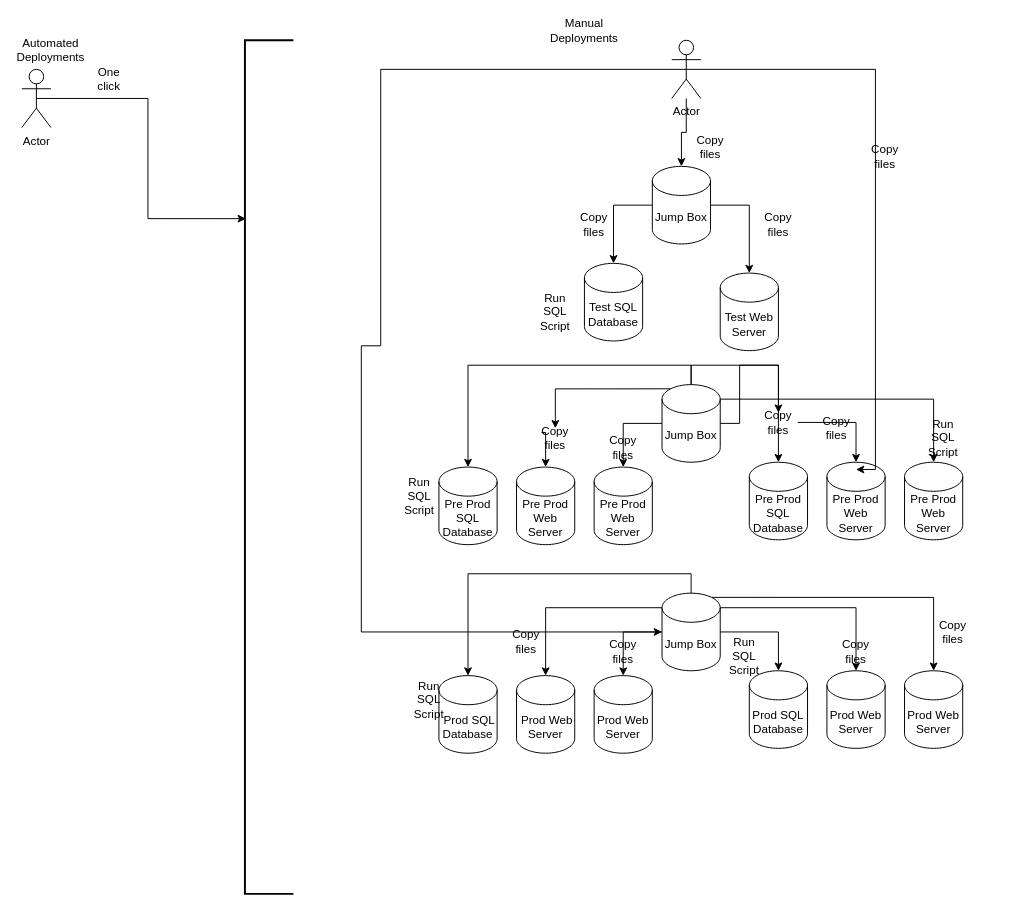
Earlier version of the draw.io diagram AutomatedDeployments.drawio (mattwatts36/drawings). Source tidied: cells renumbered, new cells numbered last; positions are measured from the earlier drawing's top-left corner, leaving out a move shared by most shapes. Both pictures are drawn from the tidied source at 97%, with x=0, y=0 at pixel (21, 20).
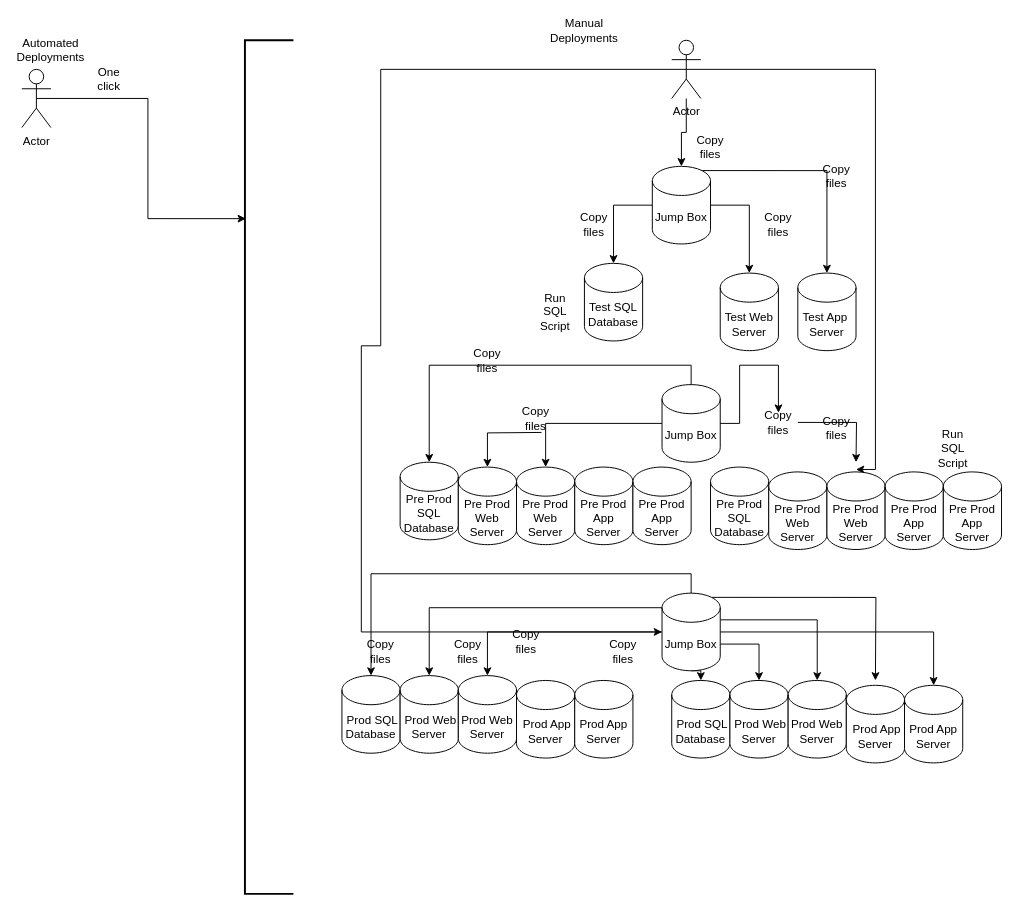
The same page after the edit.

The change refers to these unchanged cells:
```xml
<mxCell id="14" value="Jump Box" style="shape=cylinder3;whiteSpace=wrap;html=1;boundedLbl=1;backgroundOutline=1;size=15;" parent="1" vertex="1">
  <mxGeometry x="650" y="150" width="60" height="80" as="geometry" />
</mxCell>
<mxCell id="28" value="Jump Box" style="shape=cylinder3;whiteSpace=wrap;html=1;boundedLbl=1;backgroundOutline=1;size=15;" parent="1" vertex="1">
  <mxGeometry x="660" y="375" width="60" height="80" as="geometry" />
</mxCell>
<mxCell id="36" value="Jump Box" style="shape=cylinder3;whiteSpace=wrap;html=1;boundedLbl=1;backgroundOutline=1;size=15;" parent="1" vertex="1">
  <mxGeometry x="660" y="590" width="60" height="80" as="geometry" />
</mxCell>
<mxCell id="50" value="Copy files" style="text;html=1;strokeColor=none;fillColor=none;align=center;verticalAlign=middle;whiteSpace=wrap;rounded=0;" parent="1" vertex="1">
  <mxGeometry x="760" y="404" width="40" height="20" as="geometry" />
</mxCell>
```

Change to the diagram source:
```diff
@@
     <mxCell id="9" value="Pre Prod SQL Database" style="shape=cylinder3;whiteSpace=wrap;html=1;boundedLbl=1;backgroundOutline=1;size=15;" parent="1" vertex="1">
-      <mxGeometry x="430" y="460" width="60" height="80" as="geometry" />
+      <mxGeometry x="390" y="455" width="60" height="80" as="geometry" />
     </mxCell>
     <mxCell id="10" value="Pre Prod Web Server" style="shape=cylinder3;whiteSpace=wrap;html=1;boundedLbl=1;backgroundOutline=1;size=15;" parent="1" vertex="1">
-      <mxGeometry x="510" y="460" width="60" height="80" as="geometry" />
+      <mxGeometry x="450" y="460" width="60" height="80" as="geometry" />
     </mxCell>
     <mxCell id="11" value="Pre Prod Web Server" style="shape=cylinder3;whiteSpace=wrap;html=1;boundedLbl=1;backgroundOutline=1;size=15;" parent="1" vertex="1">
-      <mxGeometry x="590" y="460" width="60" height="80" as="geometry" />
+      <mxGeometry x="510" y="460" width="60" height="80" as="geometry" />
     </mxCell>
@@
+    <mxCell id="62" style="edgeStyle=orthogonalEdgeStyle;rounded=0;jettySize=auto;html=1;exitX=0.855;exitY=0;exitDx=0;exitDy=4.35;exitPerimeter=0;" parent="1" edge="1" source="14" target="67">
+      <mxGeometry relative="1" as="geometry" />
+    </mxCell>
@@
-    <mxCell id="19" value="Pre Prod SQL Database" style="shape=cylinder3;whiteSpace=wrap;html=1;boundedLbl=1;backgroundOutline=1;size=15;" parent="1" vertex="1">
-      <mxGeometry x="750" y="455" width="60" height="80" as="geometry" />
-    </mxCell>
-    <mxCell id="20" value="Pre Prod Web Server" style="shape=cylinder3;whiteSpace=wrap;html=1;boundedLbl=1;backgroundOutline=1;size=15;" parent="1" vertex="1">
-      <mxGeometry x="830" y="455" width="60" height="80" as="geometry" />
-    </mxCell>
-    <mxCell id="21" value="Pre Prod Web Server" style="shape=cylinder3;whiteSpace=wrap;html=1;boundedLbl=1;backgroundOutline=1;size=15;" parent="1" vertex="1">
-      <mxGeometry x="910" y="455" width="60" height="80" as="geometry" />
-    </mxCell>
@@
-    <mxCell id="23" style="edgeStyle=orthogonalEdgeStyle;rounded=0;jettySize=auto;html=1;exitX=0.145;exitY=0;exitDx=0;exitDy=4.35;exitPerimeter=0;entryX=0.5;entryY=0;entryDx=0;entryDy=0;entryPerimeter=0;" parent="1" edge="1" source="45" target="10">
-      <mxGeometry relative="1" as="geometry" />
+    <mxCell id="23" style="edgeStyle=orthogonalEdgeStyle;rounded=0;jettySize=auto;html=1;exitX=0.145;exitY=0;exitDx=0;exitDy=4.35;exitPerimeter=0;entryX=0.5;entryY=0;entryDx=0;entryDy=0;entryPerimeter=0;" parent="1" edge="1" target="10">
+      <mxGeometry relative="1" as="geometry">
+        <mxPoint x="535.8" y="424.3" as="sourcePoint" />
+      </mxGeometry>
     </mxCell>
@@
-    <mxCell id="25" style="edgeStyle=orthogonalEdgeStyle;rounded=0;jettySize=auto;html=1;exitX=0.5;exitY=0;exitDx=0;exitDy=0;exitPerimeter=0;entryX=0.5;entryY=0;entryDx=0;entryDy=0;entryPerimeter=0;" parent="1" edge="1" source="28" target="19">
-      <mxGeometry relative="1" as="geometry" />
-    </mxCell>
-    <mxCell id="26" style="edgeStyle=orthogonalEdgeStyle;rounded=0;jettySize=auto;html=1;exitX=1;exitY=0.5;exitDx=0;exitDy=0;exitPerimeter=0;entryX=0.5;entryY=0;entryDx=0;entryDy=0;entryPerimeter=0;" parent="1" edge="1" source="50" target="20">
-      <mxGeometry relative="1" as="geometry" />
+    <mxCell id="26" style="edgeStyle=orthogonalEdgeStyle;rounded=0;jettySize=auto;html=1;exitX=1;exitY=0.5;exitDx=0;exitDy=0;exitPerimeter=0;entryX=0.5;entryY=0;entryDx=0;entryDy=0;entryPerimeter=0;" parent="1" edge="1" source="50">
+      <mxGeometry relative="1" as="geometry">
+        <mxPoint x="860" y="455" as="targetPoint" />
+      </mxGeometry>
     </mxCell>
-    <mxCell id="27" style="edgeStyle=orthogonalEdgeStyle;rounded=0;jettySize=auto;html=1;exitX=1;exitY=0;exitDx=0;exitDy=15;exitPerimeter=0;entryX=0.5;entryY=0;entryDx=0;entryDy=0;entryPerimeter=0;" parent="1" edge="1" source="28" target="21">
-      <mxGeometry relative="1" as="geometry" />
-    </mxCell>
@@
     <mxCell id="29" value="Copy files" style="text;html=1;strokeColor=none;fillColor=none;align=center;verticalAlign=middle;whiteSpace=wrap;rounded=0;" parent="1" vertex="1">
-      <mxGeometry x="870" y="130" width="40" height="20" as="geometry" />
+      <mxGeometry x="820" y="150" width="40" height="20" as="geometry" />
     </mxCell>
@@
+    <mxCell id="63" style="edgeStyle=orthogonalEdgeStyle;rounded=0;jettySize=auto;html=1;exitX=1;exitY=0;exitDx=0;exitDy=52.5;exitPerimeter=0;entryX=0.5;entryY=0;entryDx=0;entryDy=0;entryPerimeter=0;" parent="1" edge="1" source="36" target="76">
+      <mxGeometry relative="1" as="geometry" />
+    </mxCell>
-    <mxCell id="33" style="edgeStyle=orthogonalEdgeStyle;rounded=0;jettySize=auto;html=1;exitX=1;exitY=0.5;exitDx=0;exitDy=0;exitPerimeter=0;entryX=0.5;entryY=0;entryDx=0;entryDy=0;entryPerimeter=0;" parent="1" edge="1" source="36" target="40">
+    <mxCell id="33" style="edgeStyle=orthogonalEdgeStyle;rounded=0;jettySize=auto;html=1;exitX=0.5;exitY=1;exitDx=0;exitDy=0;exitPerimeter=0;entryX=0.5;entryY=0;entryDx=0;entryDy=0;entryPerimeter=0;" parent="1" edge="1" source="36" target="40">
       <mxGeometry relative="1" as="geometry" />
     </mxCell>
-    <mxCell id="34" style="edgeStyle=orthogonalEdgeStyle;rounded=0;jettySize=auto;html=1;exitX=1;exitY=0;exitDx=0;exitDy=15;exitPerimeter=0;entryX=0.5;entryY=0;entryDx=0;entryDy=0;entryPerimeter=0;" parent="1" edge="1" source="36" target="41">
-      <mxGeometry relative="1" as="geometry" />
-    </mxCell>
-    <mxCell id="35" style="edgeStyle=orthogonalEdgeStyle;rounded=0;jettySize=auto;html=1;exitX=0.855;exitY=0;exitDx=0;exitDy=4.35;exitPerimeter=0;entryX=0.5;entryY=0;entryDx=0;entryDy=0;entryPerimeter=0;" parent="1" edge="1" source="36" target="42">
-      <mxGeometry relative="1" as="geometry" />
-    </mxCell>
+    <mxCell id="64" style="edgeStyle=orthogonalEdgeStyle;rounded=0;jettySize=auto;html=1;exitX=1;exitY=0;exitDx=0;exitDy=27.5;exitPerimeter=0;entryX=0.5;entryY=0;entryDx=0;entryDy=0;entryPerimeter=0;" parent="1" edge="1" source="36" target="77">
+      <mxGeometry relative="1" as="geometry" />
+    </mxCell>
+    <mxCell id="65" style="edgeStyle=orthogonalEdgeStyle;rounded=0;jettySize=auto;html=1;exitX=0.855;exitY=0;exitDx=0;exitDy=4.35;exitPerimeter=0;" parent="1" edge="1" source="36">
+      <mxGeometry relative="1" as="geometry">
+        <mxPoint x="880" y="680" as="targetPoint" />
+      </mxGeometry>
+    </mxCell>
+    <mxCell id="66" style="edgeStyle=orthogonalEdgeStyle;rounded=0;jettySize=auto;html=1;exitX=1;exitY=0.5;exitDx=0;exitDy=0;exitPerimeter=0;entryX=0.5;entryY=0;entryDx=0;entryDy=0;entryPerimeter=0;" parent="1" edge="1" source="36" target="79">
+      <mxGeometry relative="1" as="geometry" />
+    </mxCell>
@@
     <mxCell id="37" value="&amp;nbsp;Prod SQL Database" style="shape=cylinder3;whiteSpace=wrap;html=1;boundedLbl=1;backgroundOutline=1;size=15;" parent="1" vertex="1">
-      <mxGeometry x="430" y="675" width="60" height="80" as="geometry" />
+      <mxGeometry x="330" y="675" width="60" height="80" as="geometry" />
     </mxCell>
     <mxCell id="38" value="&amp;nbsp;Prod Web Server" style="shape=cylinder3;whiteSpace=wrap;html=1;boundedLbl=1;backgroundOutline=1;size=15;" parent="1" vertex="1">
-      <mxGeometry x="510" y="675" width="60" height="80" as="geometry" />
+      <mxGeometry x="390" y="675" width="60" height="80" as="geometry" />
     </mxCell>
     <mxCell id="39" value="Prod Web Server" style="shape=cylinder3;whiteSpace=wrap;html=1;boundedLbl=1;backgroundOutline=1;size=15;" parent="1" vertex="1">
-      <mxGeometry x="590" y="675" width="60" height="80" as="geometry" />
+      <mxGeometry x="450" y="675" width="60" height="80" as="geometry" />
     </mxCell>
-    <mxCell id="40" value="Prod SQL Database" style="shape=cylinder3;whiteSpace=wrap;html=1;boundedLbl=1;backgroundOutline=1;size=15;" parent="1" vertex="1">
-      <mxGeometry x="750" y="670" width="60" height="80" as="geometry" />
-    </mxCell>
-    <mxCell id="41" value="Prod Web Server" style="shape=cylinder3;whiteSpace=wrap;html=1;boundedLbl=1;backgroundOutline=1;size=15;" parent="1" vertex="1">
-      <mxGeometry x="830" y="670" width="60" height="80" as="geometry" />
-    </mxCell>
-    <mxCell id="42" value="Prod Web Server" style="shape=cylinder3;whiteSpace=wrap;html=1;boundedLbl=1;backgroundOutline=1;size=15;" parent="1" vertex="1">
-      <mxGeometry x="910" y="670" width="60" height="80" as="geometry" />
-    </mxCell>
-    <mxCell id="43" value="Run SQL Script" style="text;html=1;strokeColor=none;fillColor=none;align=center;verticalAlign=middle;whiteSpace=wrap;rounded=0;" parent="1" vertex="1">
-      <mxGeometry x="390" y="480" width="40" height="20" as="geometry" />
-    </mxCell>
     <mxCell id="44" value="Run SQL Script" style="text;html=1;strokeColor=none;fillColor=none;align=center;verticalAlign=middle;whiteSpace=wrap;rounded=0;" parent="1" vertex="1">
-      <mxGeometry x="930" y="420" width="40" height="20" as="geometry" />
+      <mxGeometry x="950" y="440" width="20" as="geometry" />
     </mxCell>
-    <mxCell id="45" value="Copy files" style="text;html=1;strokeColor=none;fillColor=none;align=center;verticalAlign=middle;whiteSpace=wrap;rounded=0;" parent="1" vertex="1">
-      <mxGeometry x="530" y="420" width="40" height="20" as="geometry" />
-    </mxCell>
-    <mxCell id="46" style="edgeStyle=orthogonalEdgeStyle;rounded=0;jettySize=auto;html=1;exitX=0.145;exitY=0;exitDx=0;exitDy=4.35;exitPerimeter=0;entryX=0.5;entryY=0;entryDx=0;entryDy=0;entryPerimeter=0;" parent="1" edge="1" source="28" target="45">
-      <mxGeometry relative="1" as="geometry" />
-    </mxCell>
-    <mxCell id="47" value="Copy files" style="text;html=1;strokeColor=none;fillColor=none;align=center;verticalAlign=middle;whiteSpace=wrap;rounded=0;" parent="1" vertex="1">
-      <mxGeometry x="600" y="430" width="40" height="20" as="geometry" />
-    </mxCell>
@@
-    <mxCell id="52" value="Run SQL Script" style="text;html=1;strokeColor=none;fillColor=none;align=center;verticalAlign=middle;whiteSpace=wrap;rounded=0;" parent="1" vertex="1">
-      <mxGeometry x="400" y="690" width="40" height="20" as="geometry" />
-    </mxCell>
-    <mxCell id="53" value="Run SQL Script" style="text;html=1;strokeColor=none;fillColor=none;align=center;verticalAlign=middle;whiteSpace=wrap;rounded=0;" parent="1" vertex="1">
-      <mxGeometry x="720" y="650" width="50" height="10" as="geometry" />
-    </mxCell>
@@
-    <mxCell id="56" value="Copy files" style="text;html=1;strokeColor=none;fillColor=none;align=center;verticalAlign=middle;whiteSpace=wrap;rounded=0;" parent="1" vertex="1">
-      <mxGeometry x="840" y="640" width="40" height="20" as="geometry" />
-    </mxCell>
-    <mxCell id="57" value="Copy files" style="text;html=1;strokeColor=none;fillColor=none;align=center;verticalAlign=middle;whiteSpace=wrap;rounded=0;" parent="1" vertex="1">
-      <mxGeometry x="940" y="620" width="40" height="20" as="geometry" />
-    </mxCell>
@@
+    <mxCell id="67" value="Test App&amp;nbsp; Server" style="shape=cylinder3;whiteSpace=wrap;html=1;boundedLbl=1;backgroundOutline=1;size=15;" parent="1" vertex="1">
+      <mxGeometry x="800" y="260" width="60" height="80" as="geometry" />
+    </mxCell>
+    <mxCell id="68" value="Pre Prod App Server" style="shape=cylinder3;whiteSpace=wrap;html=1;boundedLbl=1;backgroundOutline=1;size=15;" parent="1" vertex="1">
+      <mxGeometry x="570" y="460" width="60" height="80" as="geometry" />
+    </mxCell>
+    <mxCell id="69" value="Pre Prod App Server" style="shape=cylinder3;whiteSpace=wrap;html=1;boundedLbl=1;backgroundOutline=1;size=15;" parent="1" vertex="1">
+      <mxGeometry x="630" y="460" width="60" height="80" as="geometry" />
+    </mxCell>
+    <mxCell id="19" value="Pre Prod SQL Database" style="shape=cylinder3;whiteSpace=wrap;html=1;boundedLbl=1;backgroundOutline=1;size=15;" parent="1" vertex="1">
+      <mxGeometry x="710" y="460" width="60" height="80" as="geometry" />
+    </mxCell>
+    <mxCell id="70" value="Pre Prod Web Server" style="shape=cylinder3;whiteSpace=wrap;html=1;boundedLbl=1;backgroundOutline=1;size=15;" parent="1" vertex="1">
+      <mxGeometry x="770" y="465" width="60" height="80" as="geometry" />
+    </mxCell>
+    <mxCell id="71" value="Pre Prod Web Server" style="shape=cylinder3;whiteSpace=wrap;html=1;boundedLbl=1;backgroundOutline=1;size=15;" parent="1" vertex="1">
+      <mxGeometry x="830" y="465" width="60" height="80" as="geometry" />
+    </mxCell>
+    <mxCell id="72" value="Pre Prod App Server" style="shape=cylinder3;whiteSpace=wrap;html=1;boundedLbl=1;backgroundOutline=1;size=15;" parent="1" vertex="1">
+      <mxGeometry x="890" y="465" width="60" height="80" as="geometry" />
+    </mxCell>
+    <mxCell id="73" value="Pre Prod App Server" style="shape=cylinder3;whiteSpace=wrap;html=1;boundedLbl=1;backgroundOutline=1;size=15;" parent="1" vertex="1">
+      <mxGeometry x="950" y="465" width="60" height="80" as="geometry" />
+    </mxCell>
+    <mxCell id="74" value="&amp;nbsp;Prod App Server" style="shape=cylinder3;whiteSpace=wrap;html=1;boundedLbl=1;backgroundOutline=1;size=15;" parent="1" vertex="1">
+      <mxGeometry x="510" y="680" width="60" height="80" as="geometry" />
+    </mxCell>
+    <mxCell id="75" value="Prod App Server" style="shape=cylinder3;whiteSpace=wrap;html=1;boundedLbl=1;backgroundOutline=1;size=15;" parent="1" vertex="1">
+      <mxGeometry x="570" y="680" width="60" height="80" as="geometry" />
+    </mxCell>
+    <mxCell id="40" value="&amp;nbsp;Prod SQL Database" style="shape=cylinder3;whiteSpace=wrap;html=1;boundedLbl=1;backgroundOutline=1;size=15;" parent="1" vertex="1">
+      <mxGeometry x="670" y="680" width="60" height="80" as="geometry" />
+    </mxCell>
+    <mxCell id="76" value="&amp;nbsp;Prod Web Server" style="shape=cylinder3;whiteSpace=wrap;html=1;boundedLbl=1;backgroundOutline=1;size=15;" parent="1" vertex="1">
+      <mxGeometry x="730" y="680" width="60" height="80" as="geometry" />
+    </mxCell>
+    <mxCell id="77" value="Prod Web Server" style="shape=cylinder3;whiteSpace=wrap;html=1;boundedLbl=1;backgroundOutline=1;size=15;" parent="1" vertex="1">
+      <mxGeometry x="790" y="680" width="60" height="80" as="geometry" />
+    </mxCell>
+    <mxCell id="78" value="&amp;nbsp;Prod App Server" style="shape=cylinder3;whiteSpace=wrap;html=1;boundedLbl=1;backgroundOutline=1;size=15;" parent="1" vertex="1">
+      <mxGeometry x="850" y="685" width="60" height="80" as="geometry" />
+    </mxCell>
+    <mxCell id="79" value="Prod App Server" style="shape=cylinder3;whiteSpace=wrap;html=1;boundedLbl=1;backgroundOutline=1;size=15;" parent="1" vertex="1">
+      <mxGeometry x="910" y="685" width="60" height="80" as="geometry" />
+    </mxCell>
+    <mxCell id="80" value="Copy files" style="text;html=1;strokeColor=none;fillColor=none;align=center;verticalAlign=middle;whiteSpace=wrap;rounded=0;" parent="1" vertex="1">
+      <mxGeometry x="510" y="400" width="40" height="20" as="geometry" />
+    </mxCell>
+    <mxCell id="81" value="Copy files" style="text;html=1;strokeColor=none;fillColor=none;align=center;verticalAlign=middle;whiteSpace=wrap;rounded=0;" parent="1" vertex="1">
+      <mxGeometry x="460" y="340" width="40" height="20" as="geometry" />
+    </mxCell>
+    <mxCell id="82" value="Copy files" style="text;html=1;strokeColor=none;fillColor=none;align=center;verticalAlign=middle;whiteSpace=wrap;rounded=0;" parent="1" vertex="1">
+      <mxGeometry x="350" y="640" width="40" height="20" as="geometry" />
+    </mxCell>
+    <mxCell id="83" value="Copy files" style="text;html=1;strokeColor=none;fillColor=none;align=center;verticalAlign=middle;whiteSpace=wrap;rounded=0;" parent="1" vertex="1">
+      <mxGeometry x="440" y="640" width="40" height="20" as="geometry" />
+    </mxCell>
```
